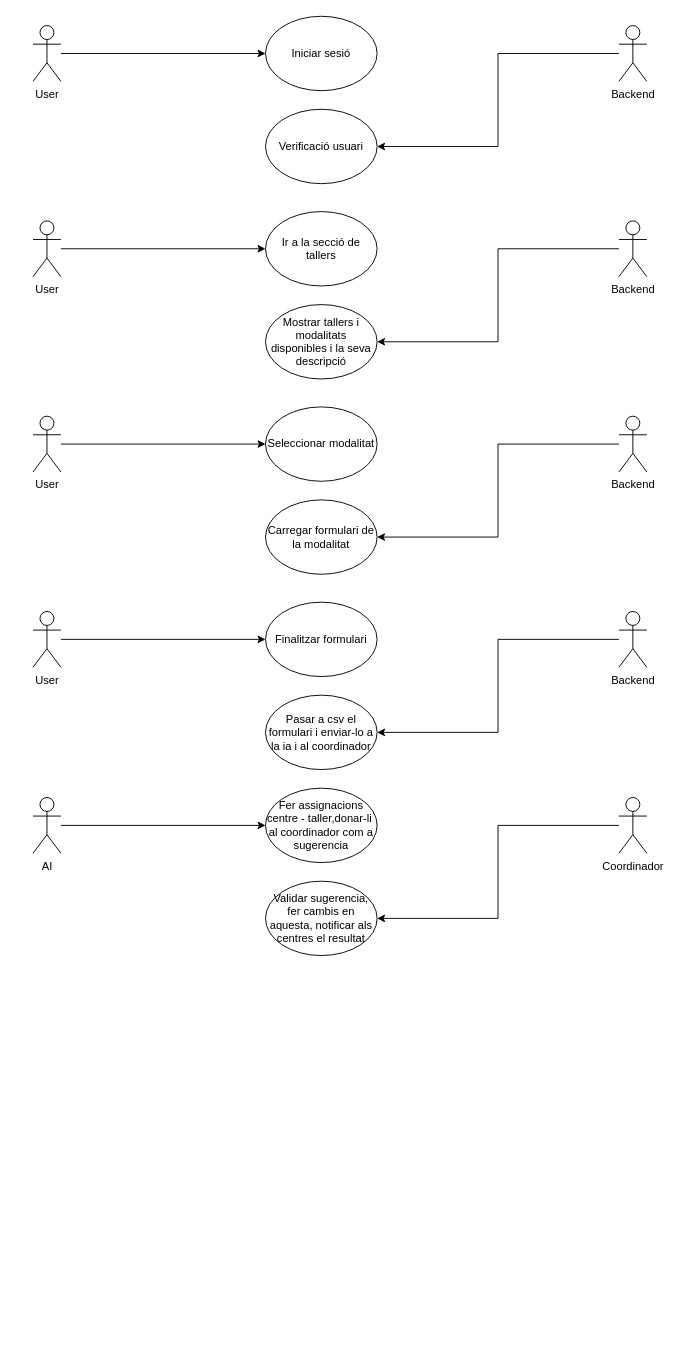
Above: Diagrames/Diagrama casos d'ús.drawio in Vers4t1l/tr2-24-25-front-back-damtr2g_phija (draw.io), before the change. Source tidied: cells renumbered, new cells numbered last; positions are measured from the earlier drawing's top-left corner, leaving out a move shared by most shapes. Both pictures are drawn from the tidied source at 93%, with x=0, y=0 at pixel (33, 16).
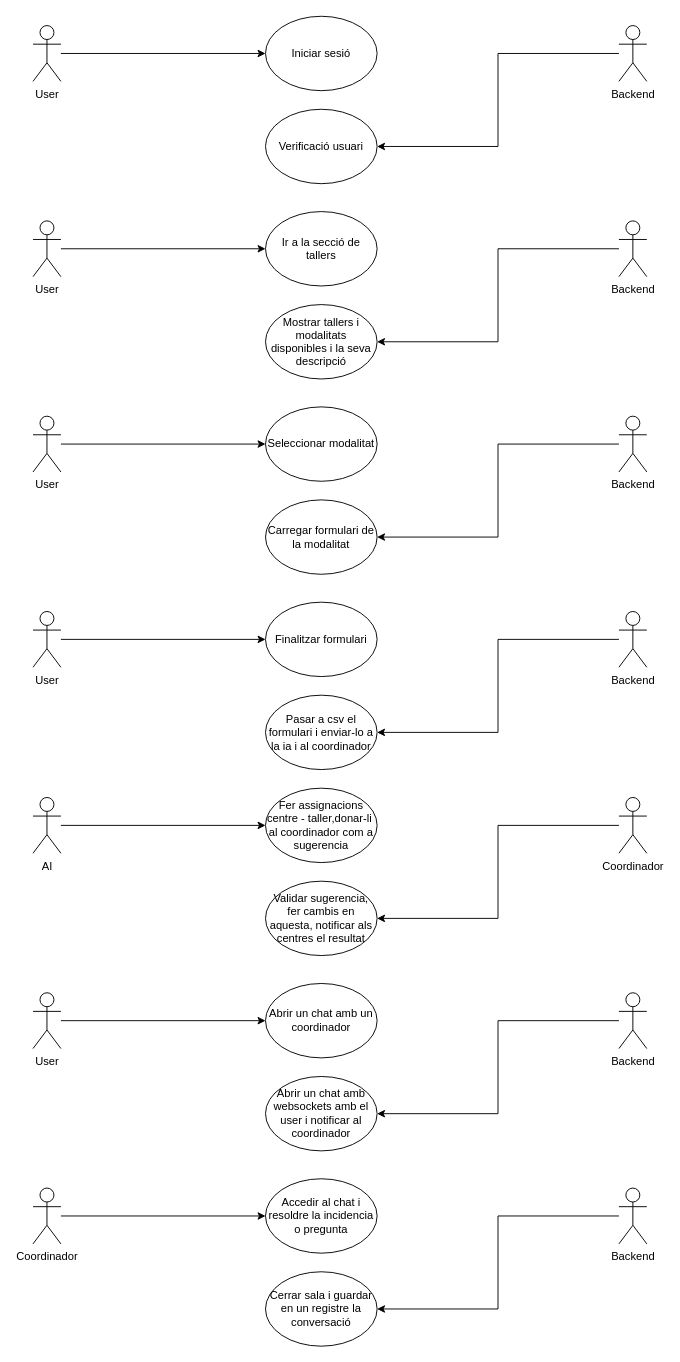
After the change.

Diff of the diagram source:
```diff
@@
+    <mxCell id="32" style="edgeStyle=orthogonalEdgeStyle;rounded=0;jettySize=auto;html=1;entryX=0;entryY=0.5;entryDx=0;entryDy=0;" parent="1" edge="1" source="33" target="36">
+      <mxGeometry relative="1" as="geometry" />
+    </mxCell>
+    <mxCell id="33" value="User&lt;div&gt;&lt;br&gt;&lt;/div&gt;" style="shape=umlActor;verticalLabelPosition=bottom;verticalAlign=top;html=1;outlineConnect=0;" parent="1" vertex="1">
+      <mxGeometry y="1050" width="30" height="60" as="geometry" />
+    </mxCell>
+    <mxCell id="34" style="edgeStyle=orthogonalEdgeStyle;rounded=0;jettySize=auto;html=1;entryX=1;entryY=0.5;entryDx=0;entryDy=0;" parent="1" edge="1" source="35" target="37">
+      <mxGeometry relative="1" as="geometry" />
+    </mxCell>
+    <mxCell id="35" value="Backend&lt;div&gt;&lt;br&gt;&lt;/div&gt;" style="shape=umlActor;verticalLabelPosition=bottom;verticalAlign=top;html=1;outlineConnect=0;" parent="1" vertex="1">
+      <mxGeometry x="630" y="1050" width="30" height="60" as="geometry" />
+    </mxCell>
+    <mxCell id="36" value="Abrir un chat amb un coordinador" style="ellipse;whiteSpace=wrap;html=1;" parent="1" vertex="1">
+      <mxGeometry x="250" y="1040" width="120" height="80" as="geometry" />
+    </mxCell>
+    <mxCell id="37" value="Abrir un chat amb websockets amb el user i notificar al coordinador" style="ellipse;whiteSpace=wrap;html=1;" parent="1" vertex="1">
+      <mxGeometry x="250" y="1140" width="120" height="80" as="geometry" />
+    </mxCell>
+    <mxCell id="38" style="edgeStyle=orthogonalEdgeStyle;rounded=0;jettySize=auto;html=1;entryX=0;entryY=0.5;entryDx=0;entryDy=0;" parent="1" edge="1" source="39" target="42">
+      <mxGeometry relative="1" as="geometry" />
+    </mxCell>
+    <mxCell id="39" value="&lt;div&gt;Coordinador&lt;/div&gt;" style="shape=umlActor;verticalLabelPosition=bottom;verticalAlign=top;html=1;outlineConnect=0;" parent="1" vertex="1">
+      <mxGeometry y="1260" width="30" height="60" as="geometry" />
+    </mxCell>
+    <mxCell id="40" style="edgeStyle=orthogonalEdgeStyle;rounded=0;jettySize=auto;html=1;entryX=1;entryY=0.5;entryDx=0;entryDy=0;" parent="1" edge="1" source="41" target="43">
+      <mxGeometry relative="1" as="geometry" />
+    </mxCell>
+    <mxCell id="41" value="Backend&lt;div&gt;&lt;br&gt;&lt;/div&gt;" style="shape=umlActor;verticalLabelPosition=bottom;verticalAlign=top;html=1;outlineConnect=0;" parent="1" vertex="1">
+      <mxGeometry x="630" y="1260" width="30" height="60" as="geometry" />
+    </mxCell>
+    <mxCell id="42" value="Accedir al chat i resoldre la incidencia o pregunta" style="ellipse;whiteSpace=wrap;html=1;" parent="1" vertex="1">
+      <mxGeometry x="250" y="1250" width="120" height="80" as="geometry" />
+    </mxCell>
+    <mxCell id="43" value="Cerrar sala i guardar en un registre la conversació" style="ellipse;whiteSpace=wrap;html=1;" parent="1" vertex="1">
+      <mxGeometry x="250" y="1350" width="120" height="80" as="geometry" />
+    </mxCell>
```
